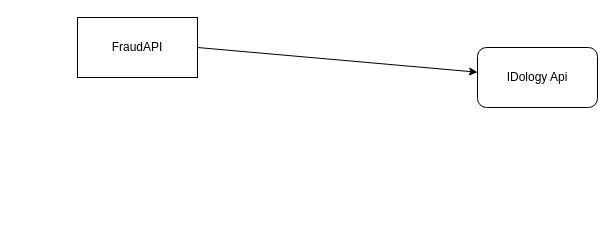
Earlier version of the draw.io diagram Untitled Diagram.drawio (lzhm/.gd). Source tidied: cells renumbered, new cells numbered last; positions are measured from the earlier drawing's top-left corner, leaving out a move shared by most shapes. Both pictures are drawn from the tidied source at 100%, with x=0, y=0 at pixel (77, 17).
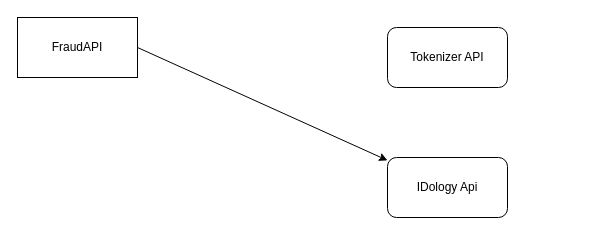
The same page after the edit.

Diff of the diagram source:
```diff
@@
 <mxGraphModel>
   <root>
     <mxCell id="0" />
     <mxCell id="1" parent="0" />
     <mxCell id="2" value="IDology Api" style="rounded=1;whiteSpace=wrap;html=1;" parent="1" vertex="1">
-      <mxGeometry x="400" y="30" width="120" height="60" as="geometry" />
+      <mxGeometry x="310" y="140" width="120" height="60" as="geometry" />
     </mxCell>
     <mxCell id="3" value="FraudAPI" style="rounded=0;whiteSpace=wrap;html=1;" parent="1" vertex="1">
-      <mxGeometry width="120" height="60" as="geometry" />
+      <mxGeometry x="-60" width="120" height="60" as="geometry" />
     </mxCell>
     <mxCell id="4" style="endArrow=classic;html=1;rounded=0;exitX=1;exitY=0.5;exitDx=0;exitDy=0;" parent="1" edge="1" source="3" target="2">
       <mxGeometry relative="1" as="geometry" />
     </mxCell>
+    <mxCell id="5" value="Tokenizer API" style="rounded=1;whiteSpace=wrap;html=1;" parent="1" vertex="1">
+      <mxGeometry x="310" y="10" width="120" height="60" as="geometry" />
+    </mxCell>
   </root>
 </mxGraphModel>
```
